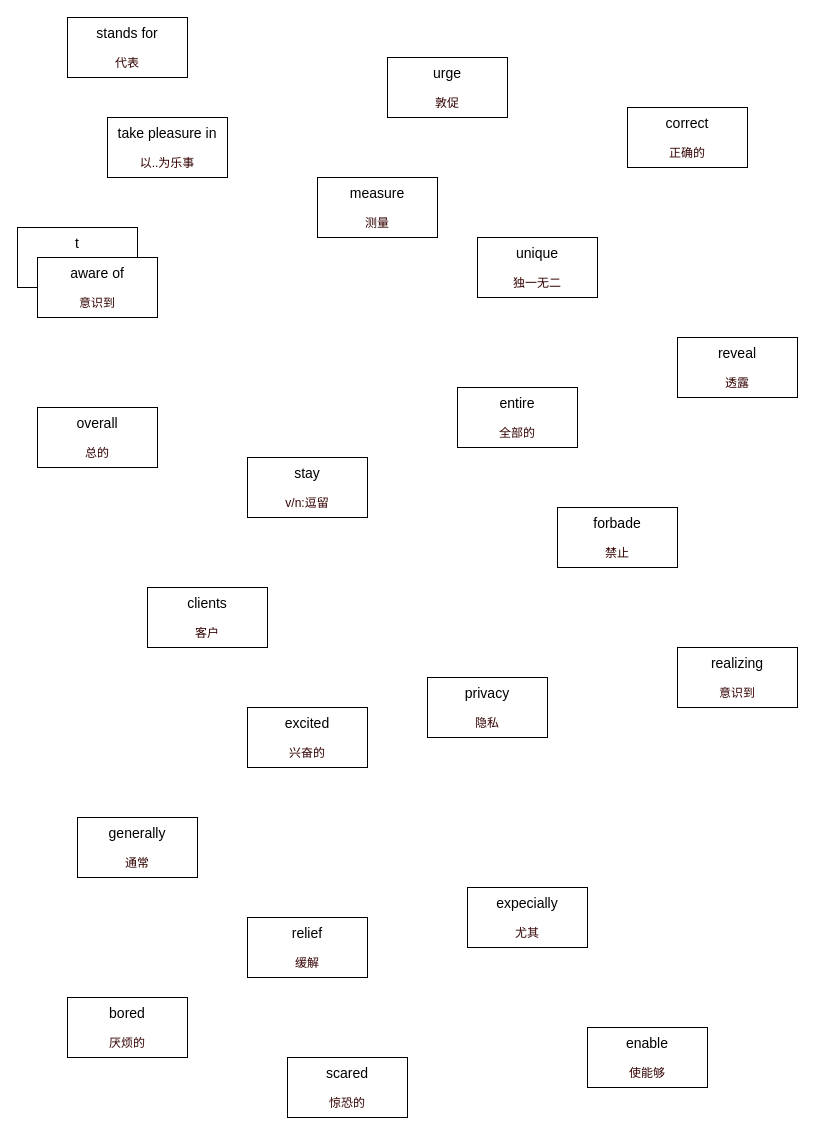
Above: ocean.drawio in banBlue/drawio (draw.io), before the change. Source tidied: cells renumbered, new cells numbered last; positions are measured from the earlier drawing's top-left corner, leaving out a move shared by most shapes. Both pictures are drawn from the tidied source at 100%, with x=0, y=0 at pixel (17, 17).
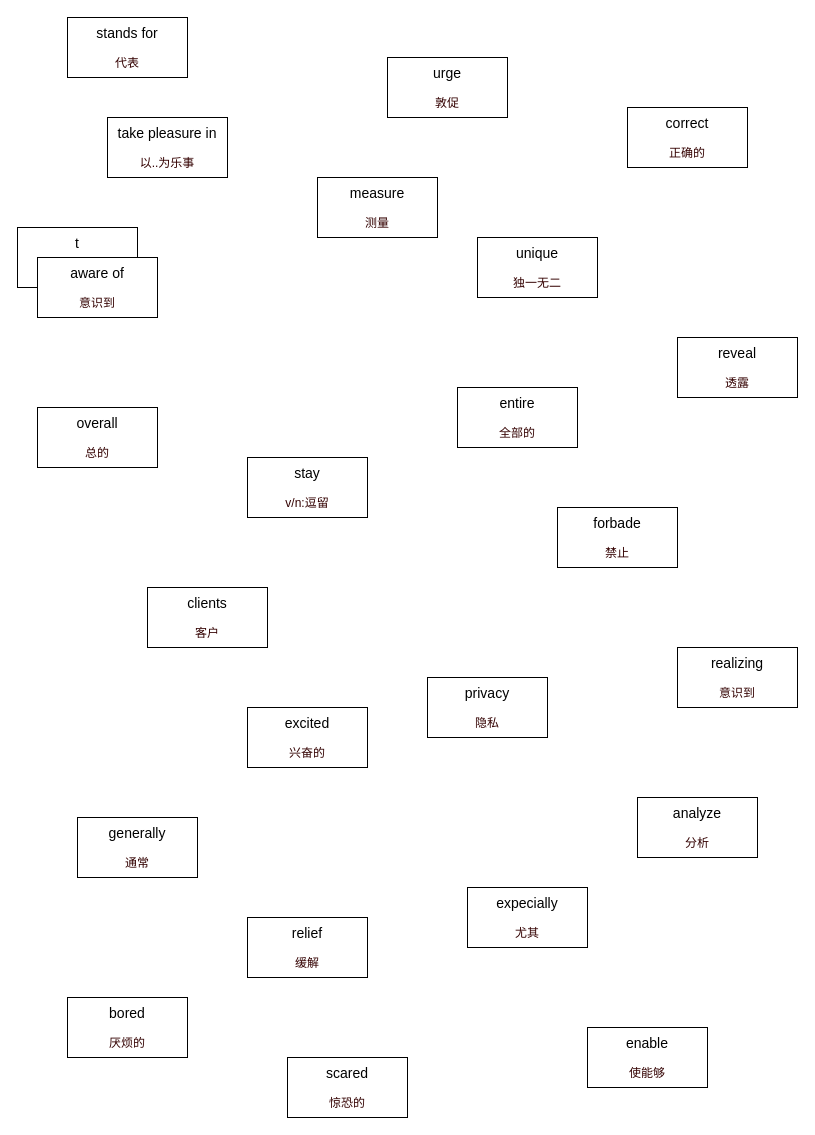
The same page after the edit.

Change to the diagram source:
```diff
@@
+    <mxCell id="25" value="&lt;font style=&quot;font-size: 14px&quot;&gt;analyze&lt;br&gt;&lt;/font&gt;&lt;br&gt;&lt;font color=&quot;#330000&quot;&gt;分析&lt;/font&gt;" style="rounded=0;whiteSpace=wrap;html=1;" parent="1" vertex="1">
+      <mxGeometry x="620" y="780" width="120" height="60" as="geometry" />
+    </mxCell>
```
